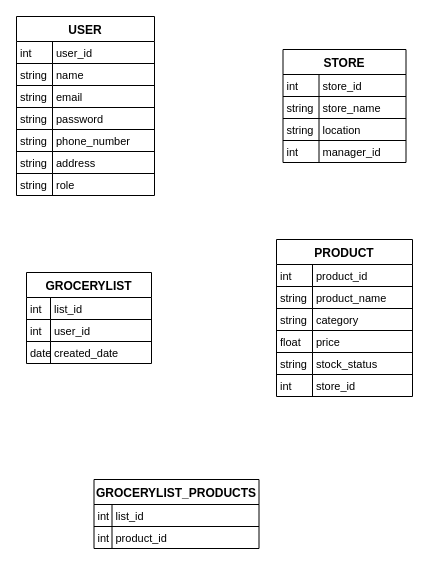
Above: ER Diagrams/ER_Diagram.drawio in VatsSanghvi/Big-Data-Project (draw.io), before the change. Source tidied: cells renumbered, new cells numbered last; positions are measured from the earlier drawing's top-left corner, leaving out a move shared by most shapes. Both pictures are drawn from the tidied source at 100%, with x=0, y=0 at pixel (16, 16).
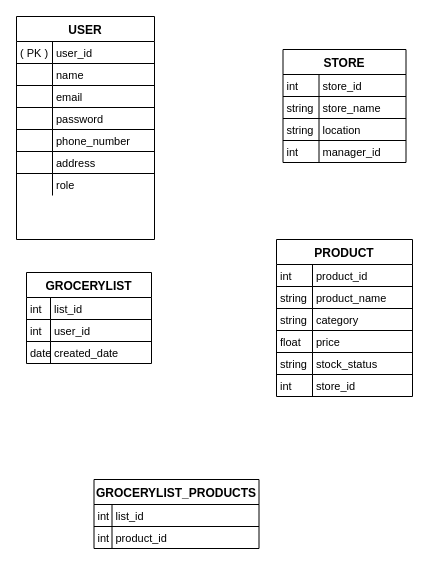
The same page after the edit.

Unchanged cells that the change refers to:
```xml
<mxCell id="3" style="shape=tableRow;horizontal=0;startSize=0;swimlaneHead=0;swimlaneBody=0;fillColor=none;top=0;left=0;right=0;bottom=0;" parent="2" vertex="1">
  <mxGeometry y="25" width="138" height="22" as="geometry" />
</mxCell>
<mxCell id="6" style="shape=tableRow;horizontal=0;startSize=0;swimlaneHead=0;swimlaneBody=0;fillColor=none;top=0;left=0;right=0;bottom=0;" parent="2" vertex="1">
  <mxGeometry y="47" width="138" height="22" as="geometry" />
</mxCell>
<mxCell id="9" style="shape=tableRow;horizontal=0;startSize=0;swimlaneHead=0;swimlaneBody=0;fillColor=none;top=0;left=0;right=0;bottom=0;" parent="2" vertex="1">
  <mxGeometry y="69" width="138" height="22" as="geometry" />
</mxCell>
<mxCell id="12" style="shape=tableRow;horizontal=0;startSize=0;swimlaneHead=0;swimlaneBody=0;fillColor=none;top=0;left=0;right=0;bottom=0;" parent="2" vertex="1">
  <mxGeometry y="91" width="138" height="22" as="geometry" />
</mxCell>
<mxCell id="15" style="shape=tableRow;horizontal=0;startSize=0;swimlaneHead=0;swimlaneBody=0;fillColor=none;top=0;left=0;right=0;bottom=0;" parent="2" vertex="1">
  <mxGeometry y="113" width="138" height="22" as="geometry" />
</mxCell>
<mxCell id="18" style="shape=tableRow;horizontal=0;startSize=0;swimlaneHead=0;swimlaneBody=0;fillColor=none;top=0;left=0;right=0;bottom=0;" parent="2" vertex="1">
  <mxGeometry y="135" width="138" height="22" as="geometry" />
</mxCell>
<mxCell id="21" style="shape=tableRow;horizontal=0;startSize=0;swimlaneHead=0;swimlaneBody=0;fillColor=none;top=0;left=0;right=0;bottom=0;" parent="2" vertex="1">
  <mxGeometry y="157" width="138" height="22" as="geometry" />
</mxCell>
```

What changed in the source:
```diff
@@
     <mxCell id="2" value="USER" style="shape=table;startSize=25;childLayout=tableLayout;rowLines=1;fontStyle=1;align=center;" parent="1" vertex="1">
-      <mxGeometry width="138" height="179" as="geometry" />
+      <mxGeometry width="138" height="223" as="geometry" />
     </mxCell>
@@
-    <mxCell id="4" value="int" style="shape=partialRectangle;fillColor=none;top=0;left=0;bottom=0;right=0;align=left;spacingLeft=2;overflow=hidden;fontSize=11;" parent="3" vertex="1">
+    <mxCell id="4" value="( PK )" style="shape=partialRectangle;fillColor=none;top=0;left=0;bottom=0;right=0;align=left;spacingLeft=2;overflow=hidden;fontSize=11;" parent="3" vertex="1">
       <mxGeometry width="36" height="22" as="geometry" />
     </mxCell>
@@
-    <mxCell id="7" value="string" style="shape=partialRectangle;fillColor=none;top=0;left=0;bottom=0;right=0;align=left;spacingLeft=2;overflow=hidden;fontSize=11;" parent="6" vertex="1">
+    <mxCell id="7" style="shape=partialRectangle;fillColor=none;top=0;left=0;bottom=0;right=0;align=left;spacingLeft=2;overflow=hidden;fontSize=11;" parent="6" vertex="1">
       <mxGeometry width="36" height="22" as="geometry" />
     </mxCell>
@@
-    <mxCell id="10" value="string" style="shape=partialRectangle;fillColor=none;top=0;left=0;bottom=0;right=0;align=left;spacingLeft=2;overflow=hidden;fontSize=11;" parent="9" vertex="1">
+    <mxCell id="10" style="shape=partialRectangle;fillColor=none;top=0;left=0;bottom=0;right=0;align=left;spacingLeft=2;overflow=hidden;fontSize=11;" parent="9" vertex="1">
       <mxGeometry width="36" height="22" as="geometry" />
     </mxCell>
@@
-    <mxCell id="13" value="string" style="shape=partialRectangle;fillColor=none;top=0;left=0;bottom=0;right=0;align=left;spacingLeft=2;overflow=hidden;fontSize=11;" parent="12" vertex="1">
+    <mxCell id="13" style="shape=partialRectangle;fillColor=none;top=0;left=0;bottom=0;right=0;align=left;spacingLeft=2;overflow=hidden;fontSize=11;" parent="12" vertex="1">
       <mxGeometry width="36" height="22" as="geometry" />
     </mxCell>
@@
-    <mxCell id="16" value="string" style="shape=partialRectangle;fillColor=none;top=0;left=0;bottom=0;right=0;align=left;spacingLeft=2;overflow=hidden;fontSize=11;" parent="15" vertex="1">
+    <mxCell id="16" style="shape=partialRectangle;fillColor=none;top=0;left=0;bottom=0;right=0;align=left;spacingLeft=2;overflow=hidden;fontSize=11;" parent="15" vertex="1">
       <mxGeometry width="36" height="22" as="geometry" />
     </mxCell>
@@
-    <mxCell id="19" value="string" style="shape=partialRectangle;fillColor=none;top=0;left=0;bottom=0;right=0;align=left;spacingLeft=2;overflow=hidden;fontSize=11;" parent="18" vertex="1">
+    <mxCell id="19" style="shape=partialRectangle;fillColor=none;top=0;left=0;bottom=0;right=0;align=left;spacingLeft=2;overflow=hidden;fontSize=11;" parent="18" vertex="1">
       <mxGeometry width="36" height="22" as="geometry" />
     </mxCell>
@@
-    <mxCell id="22" value="string" style="shape=partialRectangle;fillColor=none;top=0;left=0;bottom=0;right=0;align=left;spacingLeft=2;overflow=hidden;fontSize=11;" parent="21" vertex="1">
+    <mxCell id="22" style="shape=partialRectangle;fillColor=none;top=0;left=0;bottom=0;right=0;align=left;spacingLeft=2;overflow=hidden;fontSize=11;" parent="21" vertex="1">
       <mxGeometry width="36" height="22" as="geometry" />
     </mxCell>
```
